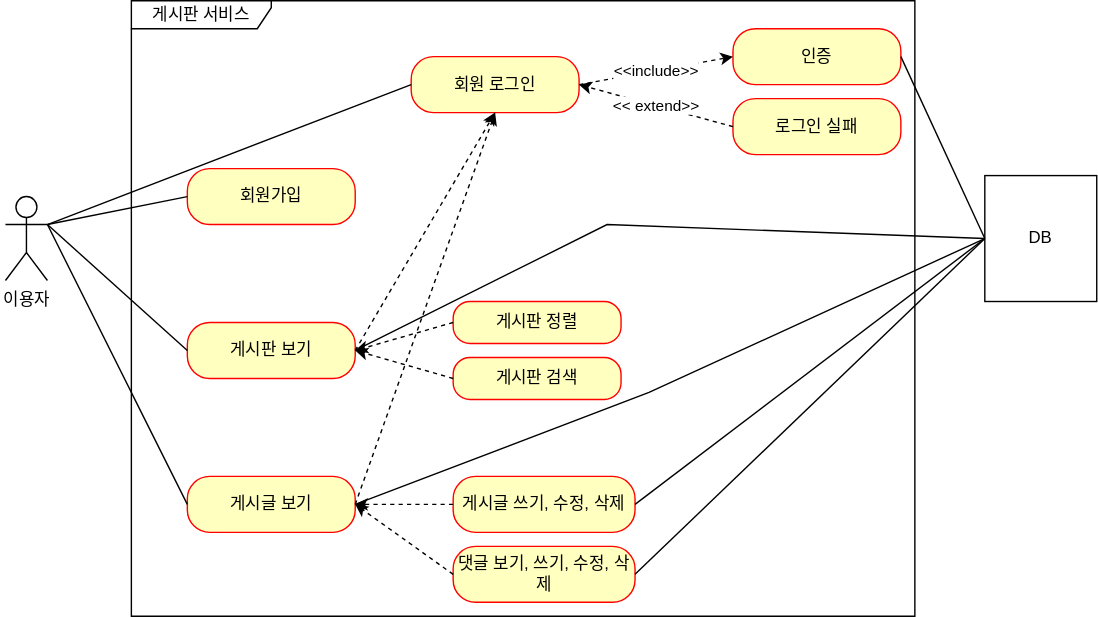
Before: document/usecase.svg, a diagram exported from draw.io (kuseulki/ex1). Source tidied: cells renumbered, new cells last; positions are measured from the earlier drawing's top-left corner, leaving out a move shared by most shapes.
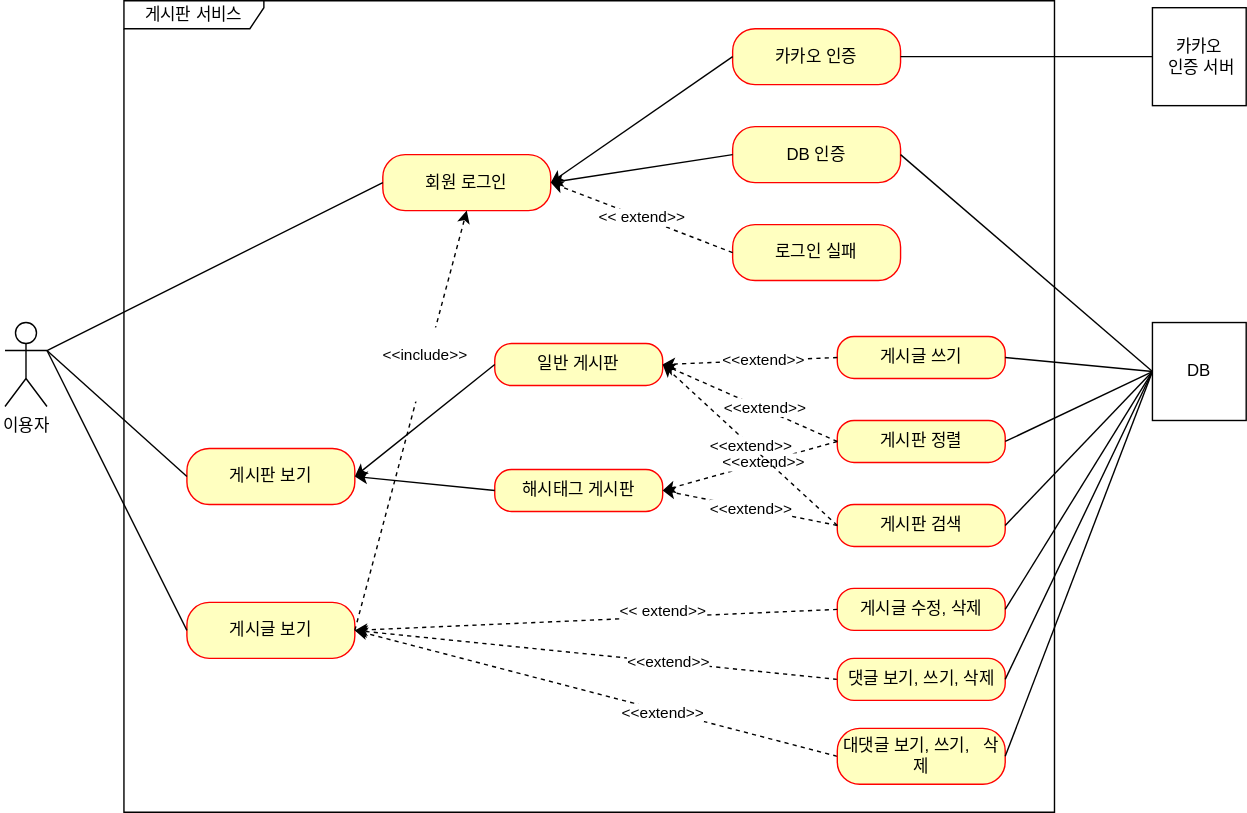
The same diagram one commit later.

Commit message:
#56 - use-case.svg: 카카오 인증, 대댓글 유즈 케이스 추가

What changed in the source:
```diff
@@ -6,48 +6,34 @@
       <mxGeometry y="140" width="30" height="60" as="geometry" />
     </mxCell>
     <mxCell id="3" value="게시판 서비스" style="shape=umlFrame;whiteSpace=wrap;html=1;width=100;height=20;" parent="1" vertex="1">
-      <mxGeometry x="90" width="560" height="440" as="geometry" />
+      <mxGeometry x="85" y="-90" width="665" height="580" as="geometry" />
     </mxCell>
     <mxCell id="4" value="회원 로그인" style="rounded=1;whiteSpace=wrap;html=1;arcSize=40;fontColor=#000000;fillColor=#ffffc0;strokeColor=#ff0000;" parent="1" vertex="1">
-      <mxGeometry x="290" y="40" width="120" height="40" as="geometry" />
+      <mxGeometry x="270" y="20" width="120" height="40" as="geometry" />
     </mxCell>
-    <mxCell id="5" value="인증" style="rounded=1;whiteSpace=wrap;html=1;arcSize=40;fontColor=#000000;fillColor=#ffffc0;strokeColor=#ff0000;" parent="1" vertex="1">
-      <mxGeometry x="520" y="20" width="120" height="40" as="geometry" />
+    <mxCell id="5" value="DB 인증" style="rounded=1;whiteSpace=wrap;html=1;arcSize=40;fontColor=#000000;fillColor=#ffffc0;strokeColor=#ff0000;" parent="1" vertex="1">
+      <mxGeometry x="520" width="120" height="40" as="geometry" />
     </mxCell>
-    <mxCell id="6" value="회원가입" style="rounded=1;whiteSpace=wrap;html=1;arcSize=40;fontColor=#000000;fillColor=#ffffc0;strokeColor=#ff0000;" parent="1" vertex="1">
-      <mxGeometry x="130" y="120" width="120" height="40" as="geometry" />
-    </mxCell>
     <mxCell id="7" value="게시판 보기" style="rounded=1;whiteSpace=wrap;html=1;arcSize=40;fontColor=#000000;fillColor=#ffffc0;strokeColor=#ff0000;" parent="1" vertex="1">
       <mxGeometry x="130" y="230" width="120" height="40" as="geometry" />
     </mxCell>
     <mxCell id="8" value="게시글 보기" style="rounded=1;whiteSpace=wrap;html=1;arcSize=40;fontColor=#000000;fillColor=#ffffc0;strokeColor=#ff0000;" parent="1" vertex="1">
       <mxGeometry x="130" y="340" width="120" height="40" as="geometry" />
     </mxCell>
-    <mxCell id="9" value="게시판 검색" style="rounded=1;whiteSpace=wrap;html=1;arcSize=40;fontColor=#000000;fillColor=#ffffc0;strokeColor=#ff0000;" parent="1" vertex="1">
-      <mxGeometry x="320" y="255" width="120" height="30" as="geometry" />
+    <mxCell id="9" value="해시태그 게시판" style="rounded=1;whiteSpace=wrap;html=1;arcSize=40;fontColor=#000000;fillColor=#ffffc0;strokeColor=#ff0000;" parent="1" vertex="1">
+      <mxGeometry x="350" y="245" width="120" height="30" as="geometry" />
     </mxCell>
-    <mxCell id="10" value="게시판 정렬" style="rounded=1;whiteSpace=wrap;html=1;arcSize=40;fontColor=#000000;fillColor=#ffffc0;strokeColor=#ff0000;" parent="1" vertex="1">
-      <mxGeometry x="320" y="215" width="120" height="30" as="geometry" />
+    <mxCell id="10" value="일반 게시판" style="rounded=1;whiteSpace=wrap;html=1;arcSize=40;fontColor=#000000;fillColor=#ffffc0;strokeColor=#ff0000;" parent="1" vertex="1">
+      <mxGeometry x="350" y="155" width="120" height="30" as="geometry" />
     </mxCell>
     <mxCell id="11" value="로그인 실패" style="rounded=1;whiteSpace=wrap;html=1;arcSize=40;fontColor=#000000;fillColor=#ffffc0;strokeColor=#ff0000;" parent="1" vertex="1">
       <mxGeometry x="520" y="70" width="120" height="40" as="geometry" />
     </mxCell>
-    <mxCell id="12" value="게시글 쓰기, 수정, 삭제" style="rounded=1;whiteSpace=wrap;html=1;arcSize=40;fontColor=#000000;fillColor=#ffffc0;strokeColor=#ff0000;" parent="1" vertex="1">
-      <mxGeometry x="320" y="340" width="130" height="40" as="geometry" />
-    </mxCell>
-    <mxCell id="13" value="댓글 보기, 쓰기, 수정, 삭제" style="rounded=1;whiteSpace=wrap;html=1;arcSize=40;fontColor=#000000;fillColor=#ffffc0;strokeColor=#ff0000;" parent="1" vertex="1">
-      <mxGeometry x="320" y="390" width="130" height="40" as="geometry" />
-    </mxCell>
     <mxCell id="14" style="endArrow=none;html=1;rounded=0;entryX=0;entryY=0.5;entryDx=0;entryDy=0;" parent="1" edge="1" target="4">
       <mxGeometry relative="1" as="geometry">
         <mxPoint x="30" y="160" as="sourcePoint" />
       </mxGeometry>
     </mxCell>
-    <mxCell id="15" style="endArrow=none;html=1;rounded=0;entryX=0;entryY=0.5;entryDx=0;entryDy=0;" parent="1" edge="1" target="6">
-      <mxGeometry relative="1" as="geometry">
-        <mxPoint x="30" y="160" as="sourcePoint" />
-      </mxGeometry>
-    </mxCell>
     <mxCell id="16" style="endArrow=none;html=1;rounded=0;entryX=0;entryY=0.5;entryDx=0;entryDy=0;" parent="1" edge="1" target="7">
       <mxGeometry relative="1" as="geometry">
         <mxPoint x="30" y="160" as="sourcePoint" />
@@ -58,59 +44,125 @@
         <mxPoint x="30" y="160" as="sourcePoint" />
       </mxGeometry>
     </mxCell>
-    <mxCell id="18" value="&amp;lt;&amp;lt;include&amp;gt;&amp;gt;" style="endArrow=classic;html=1;rounded=0;entryX=0;entryY=0.5;entryDx=0;entryDy=0;exitX=1;exitY=0.5;exitDx=0;exitDy=0;dashed=1;" parent="1" edge="1" source="4" target="5">
+    <mxCell id="18" style="endArrow=none;html=1;rounded=0;entryX=0;entryY=0.5;entryDx=0;entryDy=0;exitX=1;exitY=0.5;exitDx=0;exitDy=0;endFill=0;startArrow=classic;startFill=1;" parent="1" edge="1" source="4" target="5">
       <mxGeometry relative="1" as="geometry" />
     </mxCell>
     <mxCell id="19" value="&amp;lt;&amp;lt; extend&amp;gt;&amp;gt;" style="endArrow=classic;html=1;rounded=0;entryX=1;entryY=0.5;entryDx=0;entryDy=0;exitX=0;exitY=0.5;exitDx=0;exitDy=0;dashed=1;" parent="1" edge="1" source="11" target="4">
       <mxGeometry relative="1" as="geometry" />
     </mxCell>
-    <mxCell id="20" style="endArrow=classic;html=1;rounded=0;entryX=0.5;entryY=1;entryDx=0;entryDy=0;exitX=1;exitY=0.5;exitDx=0;exitDy=0;dashed=1;" parent="1" edge="1" source="7" target="4">
-      <mxGeometry relative="1" as="geometry" />
-    </mxCell>
-    <mxCell id="21" style="endArrow=classic;html=1;rounded=0;entryX=0.5;entryY=1;entryDx=0;entryDy=0;exitX=1;exitY=0.5;exitDx=0;exitDy=0;dashed=1;" parent="1" edge="1" source="8" target="4">
-      <mxGeometry relative="1" as="geometry" />
+    <mxCell id="21" value="&#10;&lt;span style=&quot;color: rgb(0, 0, 0); font-family: Helvetica; font-size: 11px; font-style: normal; font-variant-ligatures: normal; font-variant-caps: normal; font-weight: 400; letter-spacing: normal; orphans: 2; text-align: center; text-indent: 0px; text-transform: none; widows: 2; word-spacing: 0px; -webkit-text-stroke-width: 0px; background-color: rgb(255, 255, 255); text-decoration-thickness: initial; text-decoration-style: initial; text-decoration-color: initial; float: none; display: inline !important;&quot;&gt;&amp;lt;&amp;lt;include&amp;gt;&amp;gt;&lt;/span&gt;&#10;&#10;" style="endArrow=classic;html=1;rounded=0;entryX=0.5;entryY=1;entryDx=0;entryDy=0;exitX=1;exitY=0.5;exitDx=0;exitDy=0;dashed=1;" parent="1" edge="1" source="8" target="4">
+      <mxGeometry x="0.27" y="1" relative="1" as="geometry" />
     </mxCell>
-    <mxCell id="22" style="endArrow=classic;html=1;rounded=0;entryX=1;entryY=0.5;entryDx=0;entryDy=0;exitX=0;exitY=0.5;exitDx=0;exitDy=0;dashed=1;" parent="1" edge="1" source="10" target="7">
+    <mxCell id="22" style="endArrow=classic;html=1;rounded=0;entryX=1;entryY=0.5;entryDx=0;entryDy=0;exitX=0;exitY=0.5;exitDx=0;exitDy=0;" parent="1" edge="1" source="10" target="7">
       <mxGeometry relative="1" as="geometry" />
     </mxCell>
-    <mxCell id="23" style="endArrow=classic;html=1;rounded=0;exitX=0;exitY=0.5;exitDx=0;exitDy=0;dashed=1;" parent="1" edge="1" source="9">
+    <mxCell id="23" style="endArrow=classic;html=1;rounded=0;exitX=0;exitY=0.5;exitDx=0;exitDy=0;" parent="1" edge="1" source="9">
       <mxGeometry relative="1" as="geometry">
         <mxPoint x="250" y="250" as="targetPoint" />
       </mxGeometry>
     </mxCell>
-    <mxCell id="24" style="endArrow=classic;html=1;rounded=0;entryX=1;entryY=0.5;entryDx=0;entryDy=0;exitX=0;exitY=0.5;exitDx=0;exitDy=0;dashed=1;" parent="1" edge="1" source="12" target="8">
+    <mxCell id="24" style="endArrow=classic;html=1;rounded=0;entryX=1;entryY=0.5;entryDx=0;entryDy=0;exitX=0;exitY=0.5;exitDx=0;exitDy=0;dashed=1;" parent="1" edge="1" source="38" target="8">
       <mxGeometry relative="1" as="geometry" />
     </mxCell>
+    <mxCell id="32" value="&amp;lt;&amp;lt;extend&amp;gt;&amp;gt;" style="edgeLabel;html=1;align=center;verticalAlign=middle;" parent="24" vertex="1">
+      <mxGeometry x="-0.29" relative="1" as="geometry" />
+    </mxCell>
-    <mxCell id="25" style="endArrow=classic;html=1;rounded=0;exitX=0;exitY=0.5;exitDx=0;exitDy=0;dashed=1;" parent="1" edge="1" source="13">
+    <mxCell id="25" style="endArrow=classic;html=1;rounded=0;exitX=0;exitY=0.5;exitDx=0;exitDy=0;dashed=1;" parent="1" edge="1" source="39">
       <mxGeometry relative="1" as="geometry">
         <mxPoint x="250" y="360" as="targetPoint" />
       </mxGeometry>
     </mxCell>
+    <mxCell id="33" value="&amp;lt;&amp;lt;extend&amp;gt;&amp;gt;" style="edgeLabel;html=1;align=center;verticalAlign=middle;" parent="25" vertex="1">
+      <mxGeometry x="-0.28" y="1" relative="1" as="geometry" />
+    </mxCell>
     <mxCell id="26" value="DB" style="html=1;whiteSpace=wrap;" parent="1" vertex="1">
-      <mxGeometry x="700" y="125" width="80" height="90" as="geometry" />
+      <mxGeometry x="820" y="140" width="67" height="70" as="geometry" />
     </mxCell>
     <mxCell id="27" style="endArrow=none;html=1;rounded=0;entryX=1;entryY=0.5;entryDx=0;entryDy=0;exitX=0;exitY=0.5;exitDx=0;exitDy=0;" parent="1" edge="1" source="26" target="5">
       <mxGeometry relative="1" as="geometry" />
     </mxCell>
-    <mxCell id="28" style="endArrow=none;html=1;rounded=0;entryX=0;entryY=0.5;entryDx=0;entryDy=0;exitX=1;exitY=0.5;exitDx=0;exitDy=0;" parent="1" edge="1" source="7" target="26">
-      <mxGeometry relative="1" as="geometry">
-        <Array as="points">
-          <mxPoint x="430" y="160" />
-        </Array>
-      </mxGeometry>
-    </mxCell>
-    <mxCell id="29" style="endArrow=none;html=1;rounded=0;entryX=0;entryY=0.5;entryDx=0;entryDy=0;exitX=1;exitY=0.5;exitDx=0;exitDy=0;" parent="1" edge="1" source="8" target="26">
-      <mxGeometry relative="1" as="geometry">
-        <Array as="points">
-          <mxPoint x="460" y="280" />
-        </Array>
-      </mxGeometry>
-    </mxCell>
-    <mxCell id="30" style="endArrow=none;html=1;rounded=0;entryX=0;entryY=0.5;entryDx=0;entryDy=0;exitX=1;exitY=0.5;exitDx=0;exitDy=0;" parent="1" edge="1" source="12" target="26">
-      <mxGeometry relative="1" as="geometry" />
-    </mxCell>
-    <mxCell id="31" style="endArrow=none;html=1;rounded=0;entryX=0;entryY=0.5;entryDx=0;entryDy=0;exitX=1;exitY=0.5;exitDx=0;exitDy=0;" parent="1" edge="1" source="13" target="26">
-      <mxGeometry relative="1" as="geometry" />
-    </mxCell>
+    <mxCell id="34" value="게시글 쓰기" style="rounded=1;whiteSpace=wrap;html=1;arcSize=40;fontColor=#000000;fillColor=#ffffc0;strokeColor=#ff0000;" parent="1" vertex="1">
+      <mxGeometry x="594.8" y="150" width="120" height="30" as="geometry" />
+    </mxCell>
+    <mxCell id="35" value="게시판 정렬" style="rounded=1;whiteSpace=wrap;html=1;arcSize=40;fontColor=#000000;fillColor=#ffffc0;strokeColor=#ff0000;" parent="1" vertex="1">
+      <mxGeometry x="594.8" y="210" width="120" height="30" as="geometry" />
+    </mxCell>
+    <mxCell id="36" value="게시판 검색" style="rounded=1;whiteSpace=wrap;html=1;arcSize=40;fontColor=#000000;fillColor=#ffffc0;strokeColor=#ff0000;" parent="1" vertex="1">
+      <mxGeometry x="594.8" y="270" width="120" height="30" as="geometry" />
+    </mxCell>
+    <mxCell id="37" value="게시글 수정, 삭제" style="rounded=1;whiteSpace=wrap;html=1;arcSize=40;fontColor=#000000;fillColor=#ffffc0;strokeColor=#ff0000;" parent="1" vertex="1">
+      <mxGeometry x="594.8" y="330" width="120" height="30" as="geometry" />
+    </mxCell>
+    <mxCell id="38" value="댓글 보기, 쓰기, 삭제" style="rounded=1;whiteSpace=wrap;html=1;arcSize=40;fontColor=#000000;fillColor=#ffffc0;strokeColor=#ff0000;" parent="1" vertex="1">
+      <mxGeometry x="594.8" y="380" width="120" height="30" as="geometry" />
+    </mxCell>
+    <mxCell id="39" value="대댓글 보기, 쓰기,&amp;nbsp; &amp;nbsp;삭제" style="rounded=1;whiteSpace=wrap;html=1;arcSize=40;fontColor=#000000;fillColor=#ffffc0;strokeColor=#ff0000;" parent="1" vertex="1">
+      <mxGeometry x="594.8" y="430" width="120" height="40" as="geometry" />
+    </mxCell>
+    <mxCell id="40" style="endArrow=none;html=1;rounded=0;entryX=0;entryY=0.5;entryDx=0;entryDy=0;exitX=1;exitY=0.5;exitDx=0;exitDy=0;" parent="1" edge="1" source="34" target="26">
+      <mxGeometry relative="1" as="geometry" />
+    </mxCell>
+    <mxCell id="41" style="endArrow=none;html=1;rounded=0;exitX=1;exitY=0.5;exitDx=0;exitDy=0;entryX=0;entryY=0.5;entryDx=0;entryDy=0;" parent="1" edge="1" source="35" target="26">
+      <mxGeometry relative="1" as="geometry" />
+    </mxCell>
+    <mxCell id="42" style="endArrow=none;html=1;rounded=0;exitX=1;exitY=0.5;exitDx=0;exitDy=0;entryX=0;entryY=0.5;entryDx=0;entryDy=0;" parent="1" edge="1" source="36" target="26">
+      <mxGeometry relative="1" as="geometry" />
+    </mxCell>
+    <mxCell id="43" style="endArrow=none;html=1;rounded=0;exitX=1;exitY=0.5;exitDx=0;exitDy=0;entryX=0;entryY=0.5;entryDx=0;entryDy=0;" parent="1" edge="1" source="37" target="26">
+      <mxGeometry relative="1" as="geometry" />
+    </mxCell>
+    <mxCell id="44" style="endArrow=none;html=1;rounded=0;exitX=1;exitY=0.5;exitDx=0;exitDy=0;entryX=0;entryY=0.5;entryDx=0;entryDy=0;" parent="1" edge="1" source="38" target="26">
+      <mxGeometry relative="1" as="geometry" />
+    </mxCell>
+    <mxCell id="45" style="endArrow=none;html=1;rounded=0;exitX=1;exitY=0.5;exitDx=0;exitDy=0;entryX=0;entryY=0.5;entryDx=0;entryDy=0;" parent="1" edge="1" source="39" target="26">
+      <mxGeometry relative="1" as="geometry" />
+    </mxCell>
+    <mxCell id="46" value="&lt;span style=&quot;color: rgb(0, 0, 0); font-family: Helvetica; font-size: 11px; font-style: normal; font-variant-ligatures: normal; font-variant-caps: normal; font-weight: 400; letter-spacing: normal; orphans: 2; text-align: center; text-indent: 0px; text-transform: none; widows: 2; word-spacing: 0px; -webkit-text-stroke-width: 0px; background-color: rgb(255, 255, 255); text-decoration-thickness: initial; text-decoration-style: initial; text-decoration-color: initial; float: none; display: inline !important;&quot;&gt;&amp;lt;&amp;lt; extend&amp;gt;&amp;gt;&lt;/span&gt;" style="endArrow=classic;html=1;rounded=0;exitX=0;exitY=0.5;exitDx=0;exitDy=0;dashed=1;" parent="1" edge="1" source="37">
+      <mxGeometry x="-0.27" y="-4" relative="1" as="geometry">
+        <mxPoint x="250" y="360" as="targetPoint" />
+      </mxGeometry>
+    </mxCell>
+    <mxCell id="47" style="endArrow=classic;html=1;rounded=0;entryX=1;entryY=0.5;entryDx=0;entryDy=0;exitX=0;exitY=0.5;exitDx=0;exitDy=0;dashed=1;" parent="1" edge="1" source="36" target="9">
+      <mxGeometry relative="1" as="geometry" />
+    </mxCell>
+    <mxCell id="48" value="&amp;lt;&amp;lt;extend&amp;gt;&amp;gt;" style="edgeLabel;html=1;align=center;verticalAlign=middle;" parent="47" vertex="1">
+      <mxGeometry relative="1" as="geometry" />
+    </mxCell>
+    <mxCell id="49" style="endArrow=classic;html=1;rounded=0;exitX=0;exitY=0.5;exitDx=0;exitDy=0;dashed=1;entryX=1;entryY=0.5;entryDx=0;entryDy=0;" parent="1" edge="1" source="35" target="9">
+      <mxGeometry relative="1" as="geometry" />
+    </mxCell>
+    <mxCell id="50" value="&amp;lt;&amp;lt;extend&amp;gt;&amp;gt;" style="edgeLabel;html=1;align=center;verticalAlign=middle;" parent="49" vertex="1">
+      <mxGeometry x="-0.15" y="-1" relative="1" as="geometry" />
+    </mxCell>
+    <mxCell id="51" style="endArrow=classic;html=1;rounded=0;entryX=1;entryY=0.5;entryDx=0;entryDy=0;exitX=0;exitY=0.5;exitDx=0;exitDy=0;dashed=1;" parent="1" edge="1" source="36" target="10">
+      <mxGeometry relative="1" as="geometry" />
+    </mxCell>
+    <mxCell id="52" value="&amp;lt;&amp;lt;extend&amp;gt;&amp;gt;" style="edgeLabel;html=1;align=center;verticalAlign=middle;" parent="51" vertex="1">
+      <mxGeometry relative="1" as="geometry" />
+    </mxCell>
+    <mxCell id="53" style="endArrow=classic;html=1;rounded=0;exitX=0;exitY=0.5;exitDx=0;exitDy=0;dashed=1;entryX=1;entryY=0.5;entryDx=0;entryDy=0;" parent="1" edge="1" source="34" target="10">
+      <mxGeometry relative="1" as="geometry" />
+    </mxCell>
+    <mxCell id="54" value="&amp;lt;&amp;lt;extend&amp;gt;&amp;gt;" style="edgeLabel;html=1;align=center;verticalAlign=middle;" parent="53" vertex="1">
+      <mxGeometry x="-0.15" y="-1" relative="1" as="geometry" />
+    </mxCell>
+    <mxCell id="55" style="endArrow=classic;html=1;rounded=0;exitX=0;exitY=0.5;exitDx=0;exitDy=0;dashed=1;entryX=1;entryY=0.5;entryDx=0;entryDy=0;" parent="1" edge="1" source="35" target="10">
+      <mxGeometry relative="1" as="geometry" />
+    </mxCell>
+    <mxCell id="56" value="&amp;lt;&amp;lt;extend&amp;gt;&amp;gt;" style="edgeLabel;html=1;align=center;verticalAlign=middle;" parent="55" vertex="1">
+      <mxGeometry x="-0.15" y="-1" relative="1" as="geometry" />
+    </mxCell>
+    <mxCell id="57" value="카카오 인증" style="rounded=1;whiteSpace=wrap;html=1;arcSize=40;fontColor=#000000;fillColor=#ffffc0;strokeColor=#ff0000;" parent="1" vertex="1">
+      <mxGeometry x="520" y="-70" width="120" height="40" as="geometry" />
+    </mxCell>
+    <mxCell id="58" value="&amp;nbsp; &amp;nbsp;카카오&amp;nbsp; &amp;nbsp; &amp;nbsp;인증 서버" style="html=1;whiteSpace=wrap;" parent="1" vertex="1">
+      <mxGeometry x="820" y="-85" width="67" height="70" as="geometry" />
+    </mxCell>
+    <mxCell id="59" style="endArrow=none;html=1;rounded=0;entryX=1;entryY=0.5;entryDx=0;entryDy=0;exitX=0;exitY=0.5;exitDx=0;exitDy=0;endFill=0;" parent="1" edge="1" source="58" target="57">
+      <mxGeometry relative="1" as="geometry" />
+    </mxCell>
+    <mxCell id="60" style="endArrow=classic;html=1;rounded=0;entryX=1;entryY=0.5;entryDx=0;entryDy=0;exitX=0;exitY=0.5;exitDx=0;exitDy=0;endFill=1;startArrow=none;startFill=0;" parent="1" edge="1" source="57" target="4">
+      <mxGeometry relative="1" as="geometry" />
+    </mxCell>
   </root>
 </mxGraphModel>
```
